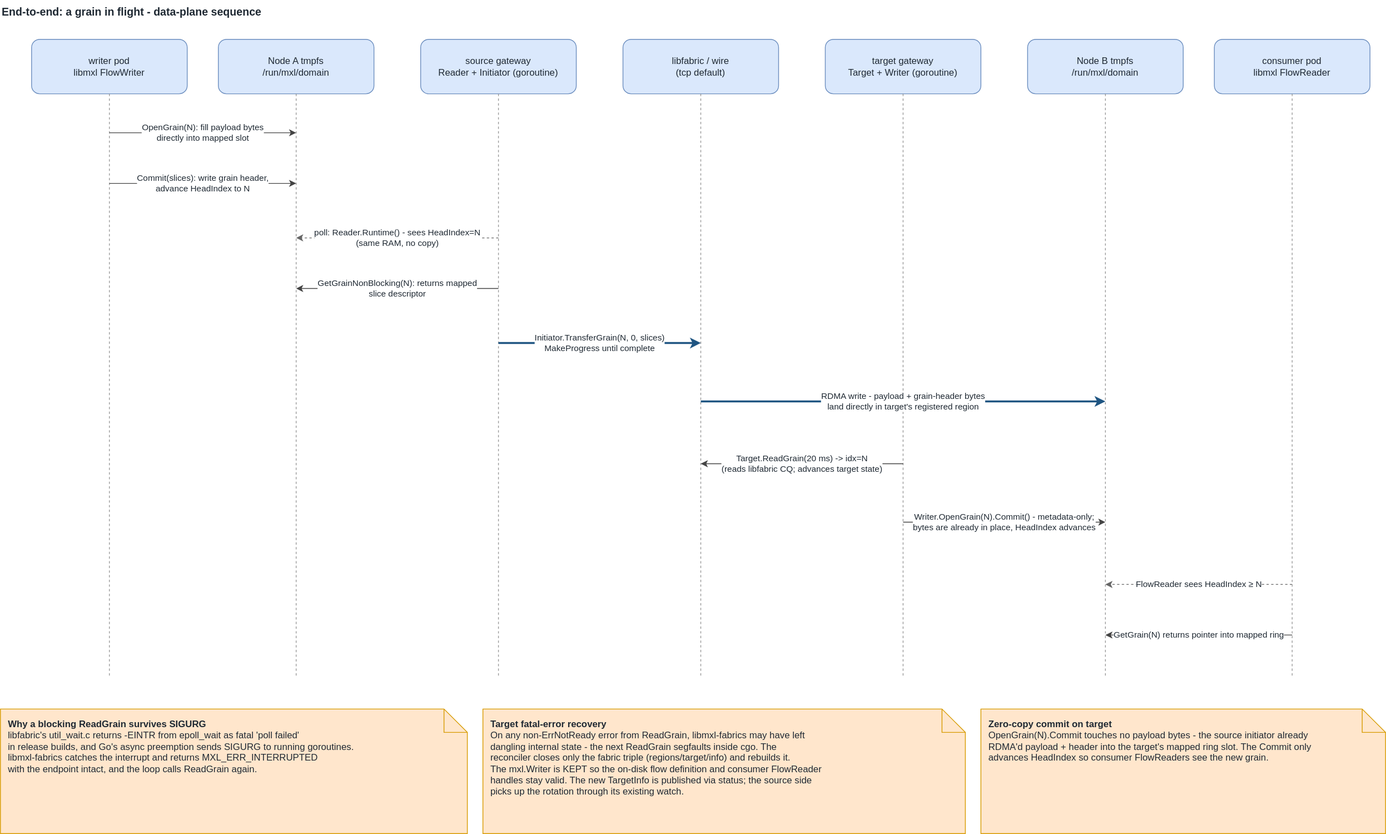
qvest-digital/mxl-k8s keeps this draw.io diagram as docs/architecture/diagrams/03-data-plane-sequence.drawio.svg. Above is the earlier version. Source tidied: cells renumbered, new cells last; positions are measured from the earlier drawing's top-left corner, leaving out a move shared by most shapes. Source of this version:
```xml
<mxGraphModel>
  <root>
    <mxCell id="0" />
    <mxCell id="1" parent="0" />
    <mxCell id="2" value="End-to-end: a grain in flight - data-plane sequence" style="text;html=1;align=left;verticalAlign=middle;fontSize=14;fontStyle=1;fontColor=#1f2933;" parent="1" vertex="1">
      <mxGeometry width="1000" height="30" as="geometry" />
    </mxCell>
    <mxCell id="3" value="writer pod&#10;libmxl FlowWriter" style="rounded=1;whiteSpace=wrap;html=1;fillColor=#dae8fc;strokeColor=#6c8ebf;align=center;verticalAlign=middle;fontColor=#1f2933;" parent="1" vertex="1">
      <mxGeometry x="40" y="50" width="200" height="70" as="geometry" />
    </mxCell>
    <mxCell id="4" style="endArrow=none;html=1;dashed=1;strokeColor=#999999;fontColor=#1f2933;" parent="1" edge="1">
      <mxGeometry relative="1" as="geometry">
        <mxPoint x="140" y="120" as="sourcePoint" />
        <mxPoint x="140" y="870" as="targetPoint" />
      </mxGeometry>
    </mxCell>
    <mxCell id="5" value="Node A tmpfs&#10;/run/mxl/domain" style="rounded=1;whiteSpace=wrap;html=1;fillColor=#dae8fc;strokeColor=#6c8ebf;align=center;verticalAlign=middle;fontColor=#1f2933;" parent="1" vertex="1">
      <mxGeometry x="280" y="50" width="200" height="70" as="geometry" />
    </mxCell>
    <mxCell id="6" style="endArrow=none;html=1;dashed=1;strokeColor=#999999;fontColor=#1f2933;" parent="1" edge="1">
      <mxGeometry relative="1" as="geometry">
        <mxPoint x="380" y="120" as="sourcePoint" />
        <mxPoint x="380" y="870" as="targetPoint" />
      </mxGeometry>
    </mxCell>
    <mxCell id="7" value="source gateway&#10;Reader + Initiator (goroutine)" style="rounded=1;whiteSpace=wrap;html=1;fillColor=#dae8fc;strokeColor=#6c8ebf;align=center;verticalAlign=middle;fontColor=#1f2933;" parent="1" vertex="1">
      <mxGeometry x="540" y="50" width="200" height="70" as="geometry" />
    </mxCell>
    <mxCell id="8" style="endArrow=none;html=1;dashed=1;strokeColor=#999999;fontColor=#1f2933;" parent="1" edge="1">
      <mxGeometry relative="1" as="geometry">
        <mxPoint x="640" y="120" as="sourcePoint" />
        <mxPoint x="640" y="870" as="targetPoint" />
      </mxGeometry>
    </mxCell>
    <mxCell id="9" value="libfabric / wire&#10;(tcp default)" style="rounded=1;whiteSpace=wrap;html=1;fillColor=#dae8fc;strokeColor=#6c8ebf;align=center;verticalAlign=middle;fontColor=#1f2933;" parent="1" vertex="1">
      <mxGeometry x="800" y="50" width="200" height="70" as="geometry" />
    </mxCell>
    <mxCell id="10" style="endArrow=none;html=1;dashed=1;strokeColor=#999999;fontColor=#1f2933;" parent="1" edge="1">
      <mxGeometry relative="1" as="geometry">
        <mxPoint x="900" y="120" as="sourcePoint" />
        <mxPoint x="900" y="870" as="targetPoint" />
      </mxGeometry>
    </mxCell>
    <mxCell id="11" value="target gateway&#10;Target + Writer (goroutine)" style="rounded=1;whiteSpace=wrap;html=1;fillColor=#dae8fc;strokeColor=#6c8ebf;align=center;verticalAlign=middle;fontColor=#1f2933;" parent="1" vertex="1">
      <mxGeometry x="1060" y="50" width="200" height="70" as="geometry" />
    </mxCell>
    <mxCell id="12" style="endArrow=none;html=1;dashed=1;strokeColor=#999999;fontColor=#1f2933;" parent="1" edge="1">
      <mxGeometry relative="1" as="geometry">
        <mxPoint x="1160" y="120" as="sourcePoint" />
        <mxPoint x="1160" y="870" as="targetPoint" />
      </mxGeometry>
    </mxCell>
    <mxCell id="13" value="Node B tmpfs&#10;/run/mxl/domain" style="rounded=1;whiteSpace=wrap;html=1;fillColor=#dae8fc;strokeColor=#6c8ebf;align=center;verticalAlign=middle;fontColor=#1f2933;" parent="1" vertex="1">
      <mxGeometry x="1320" y="50" width="200" height="70" as="geometry" />
    </mxCell>
    <mxCell id="14" style="endArrow=none;html=1;dashed=1;strokeColor=#999999;fontColor=#1f2933;" parent="1" edge="1">
      <mxGeometry relative="1" as="geometry">
        <mxPoint x="1420" y="120" as="sourcePoint" />
        <mxPoint x="1420" y="870" as="targetPoint" />
      </mxGeometry>
    </mxCell>
    <mxCell id="15" value="consumer pod&#10;libmxl FlowReader" style="rounded=1;whiteSpace=wrap;html=1;fillColor=#dae8fc;strokeColor=#6c8ebf;align=center;verticalAlign=middle;fontColor=#1f2933;" parent="1" vertex="1">
      <mxGeometry x="1560" y="50" width="200" height="70" as="geometry" />
    </mxCell>
    <mxCell id="16" style="endArrow=none;html=1;dashed=1;strokeColor=#999999;fontColor=#1f2933;" parent="1" edge="1">
      <mxGeometry relative="1" as="geometry">
        <mxPoint x="1660" y="120" as="sourcePoint" />
        <mxPoint x="1660" y="870" as="targetPoint" />
      </mxGeometry>
    </mxCell>
    <mxCell id="17" value="OpenGrain(N): fill payload bytes&#10;directly into mapped slot" style="html=1;endArrow=classic;endSize=6;startSize=6;strokeColor=#444444;labelBackgroundColor=#ffffff;fontColor=#1f2933;" parent="1" edge="1">
      <mxGeometry relative="1" as="geometry">
        <mxPoint x="140" y="170" as="sourcePoint" />
        <mxPoint x="380" y="170" as="targetPoint" />
      </mxGeometry>
    </mxCell>
    <mxCell id="18" value="Commit(slices): write grain header,&#10;advance HeadIndex to N" style="html=1;endArrow=classic;endSize=6;startSize=6;strokeColor=#444444;labelBackgroundColor=#ffffff;fontColor=#1f2933;" parent="1" edge="1">
      <mxGeometry relative="1" as="geometry">
        <mxPoint x="140" y="235" as="sourcePoint" />
        <mxPoint x="380" y="235" as="targetPoint" />
      </mxGeometry>
    </mxCell>
    <mxCell id="19" value="poll: Reader.Runtime() - sees HeadIndex=N&#10;(same RAM, no copy)" style="html=1;endArrow=classic;endSize=6;startSize=6;strokeColor=#666666;dashed=1;labelBackgroundColor=#ffffff;fontColor=#1f2933;" parent="1" edge="1">
      <mxGeometry relative="1" as="geometry">
        <mxPoint x="640" y="305" as="sourcePoint" />
        <mxPoint x="380" y="305" as="targetPoint" />
      </mxGeometry>
    </mxCell>
    <mxCell id="20" value="GetGrainNonBlocking(N): returns mapped&#10;slice descriptor" style="html=1;endArrow=classic;endSize=6;startSize=6;strokeColor=#444444;labelBackgroundColor=#ffffff;fontColor=#1f2933;" parent="1" edge="1">
      <mxGeometry relative="1" as="geometry">
        <mxPoint x="640" y="370" as="sourcePoint" />
        <mxPoint x="380" y="370" as="targetPoint" />
      </mxGeometry>
    </mxCell>
    <mxCell id="21" value="Initiator.TransferGrain(N, 0, slices)&#10;MakeProgress until complete" style="html=1;endArrow=classic;endSize=6;startSize=6;strokeColor=#1f5582;strokeWidth=2.5;labelBackgroundColor=#ffffff;fontColor=#1f2933;" parent="1" edge="1">
      <mxGeometry relative="1" as="geometry">
        <mxPoint x="640" y="440" as="sourcePoint" />
        <mxPoint x="900" y="440" as="targetPoint" />
      </mxGeometry>
    </mxCell>
    <mxCell id="22" value="RDMA write - payload + grain-header bytes&#10;land directly in target's registered region" style="html=1;endArrow=classic;endSize=6;startSize=6;strokeColor=#1f5582;strokeWidth=2.5;labelBackgroundColor=#ffffff;fontColor=#1f2933;" parent="1" edge="1">
      <mxGeometry relative="1" as="geometry">
        <mxPoint x="900" y="515" as="sourcePoint" />
        <mxPoint x="1420" y="515" as="targetPoint" />
      </mxGeometry>
    </mxCell>
    <mxCell id="23" value="Target.ReadGrain(20 ms) -&gt; idx=N&#10;(reads libfabric CQ; advances target state)" style="html=1;endArrow=classic;endSize=6;startSize=6;strokeColor=#444444;labelBackgroundColor=#ffffff;fontColor=#1f2933;" parent="1" edge="1">
      <mxGeometry relative="1" as="geometry">
        <mxPoint x="1160" y="595" as="sourcePoint" />
        <mxPoint x="900" y="595" as="targetPoint" />
      </mxGeometry>
    </mxCell>
    <mxCell id="24" value="Writer.OpenGrain(N).Commit() - metadata-only;&#10;bytes are already in place, HeadIndex advances" style="html=1;endArrow=classic;endSize=6;startSize=6;strokeColor=#444444;labelBackgroundColor=#ffffff;fontColor=#1f2933;" parent="1" edge="1">
      <mxGeometry relative="1" as="geometry">
        <mxPoint x="1160" y="670" as="sourcePoint" />
        <mxPoint x="1420" y="670" as="targetPoint" />
      </mxGeometry>
    </mxCell>
    <mxCell id="25" value="FlowReader sees HeadIndex ≥ N" style="html=1;endArrow=classic;endSize=6;startSize=6;strokeColor=#666666;dashed=1;labelBackgroundColor=#ffffff;fontColor=#1f2933;" parent="1" edge="1">
      <mxGeometry relative="1" as="geometry">
        <mxPoint x="1660" y="750" as="sourcePoint" />
        <mxPoint x="1420" y="750" as="targetPoint" />
      </mxGeometry>
    </mxCell>
    <mxCell id="26" value="GetGrain(N) returns pointer into mapped ring" style="html=1;endArrow=classic;endSize=6;startSize=6;strokeColor=#444444;labelBackgroundColor=#ffffff;fontColor=#1f2933;" parent="1" edge="1">
      <mxGeometry relative="1" as="geometry">
        <mxPoint x="1660" y="815" as="sourcePoint" />
        <mxPoint x="1420" y="815" as="targetPoint" />
      </mxGeometry>
    </mxCell>
    <mxCell id="27" value="&lt;b&gt;Why a blocking ReadGrain survives SIGURG&lt;/b&gt;&lt;br&gt;libfabric's util_wait.c returns -EINTR from epoll_wait as fatal 'poll failed'&lt;br&gt;in release builds, and Go's async preemption sends SIGURG to running goroutines.&lt;br&gt;libmxl-fabrics catches the interrupt and returns MXL_ERR_INTERRUPTED&lt;br&gt;with the endpoint intact, and the loop calls ReadGrain again." style="shape=note;whiteSpace=wrap;html=1;fillColor=#ffe6cc;strokeColor=#d79b00;align=left;verticalAlign=top;spacingLeft=8;spacingTop=6;fontColor=#1f2933;" parent="1" vertex="1">
      <mxGeometry y="910" width="600" height="160" as="geometry" />
    </mxCell>
    <mxCell id="28" value="&lt;b&gt;Target fatal-error recovery&lt;/b&gt;&lt;br&gt;On any non-ErrNotReady error from ReadGrain, libmxl-fabrics may have left&lt;br&gt;dangling internal state - the next ReadGrain segfaults inside cgo. The&lt;br&gt;reconciler closes only the fabric triple (regions/target/info) and rebuilds it.&lt;br&gt;The mxl.Writer is KEPT so the on-disk flow definition and consumer FlowReader&lt;br&gt;handles stay valid. The new TargetInfo is published via status; the source side&lt;br&gt;picks up the rotation through its existing watch." style="shape=note;whiteSpace=wrap;html=1;fillColor=#ffe6cc;strokeColor=#d79b00;align=left;verticalAlign=top;spacingLeft=8;spacingTop=6;fontColor=#1f2933;" parent="1" vertex="1">
      <mxGeometry x="620" y="910" width="620" height="160" as="geometry" />
    </mxCell>
    <mxCell id="29" value="&lt;b&gt;Zero-copy commit on target&lt;/b&gt;&lt;br&gt;OpenGrain(N).Commit touches no payload bytes - the source initiator already&lt;br&gt;RDMA'd payload + header into the target's mapped ring slot. The Commit only&lt;br&gt;advances HeadIndex so consumer FlowReaders see the new grain." style="shape=note;whiteSpace=wrap;html=1;fillColor=#ffe6cc;strokeColor=#d79b00;align=left;verticalAlign=top;spacingLeft=8;spacingTop=6;fontColor=#1f2933;" parent="1" vertex="1">
      <mxGeometry x="1260" y="910" width="520" height="160" as="geometry" />
    </mxCell>
  </root>
</mxGraphModel>
```
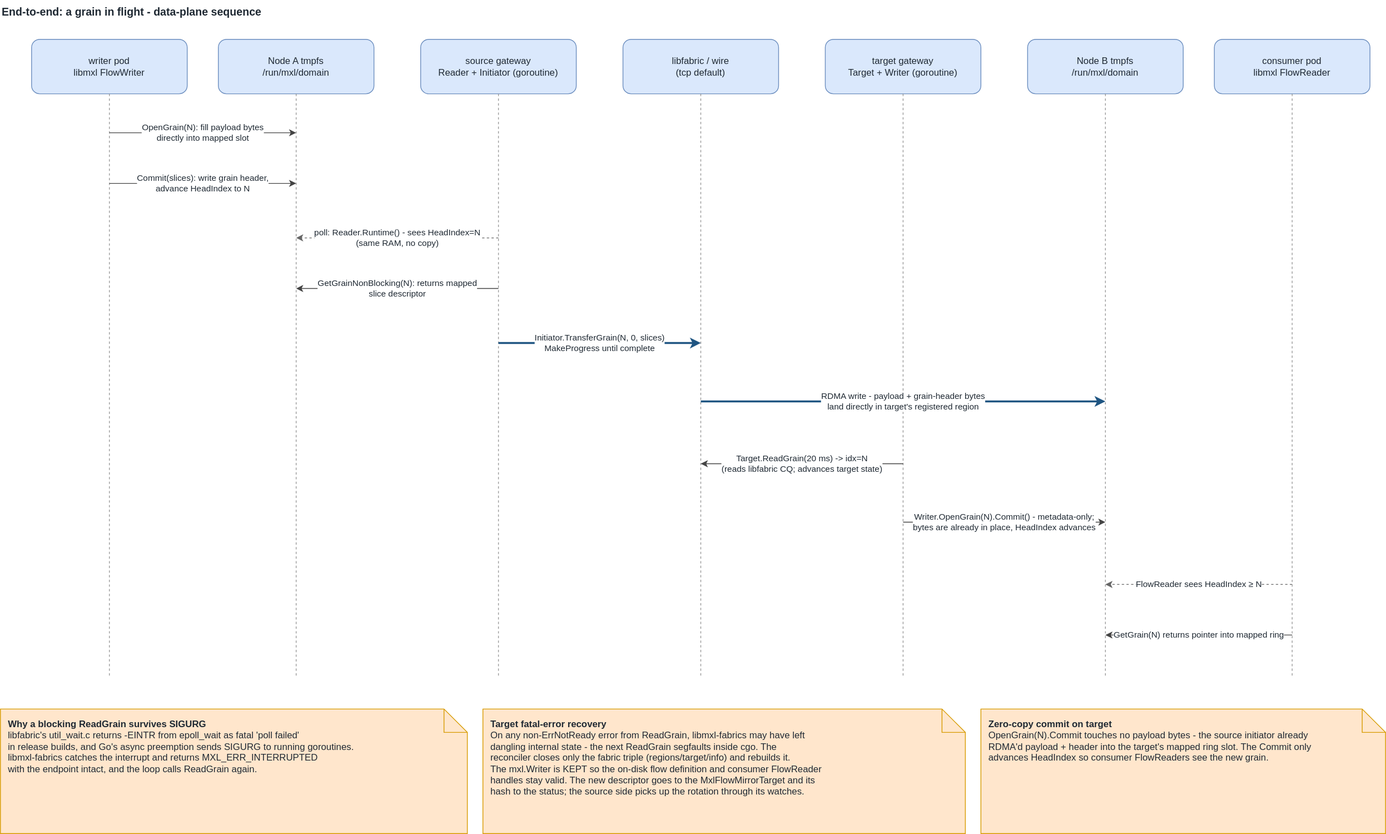
After the commit.

Change to the diagram source:
```diff
@@ -131,7 +131,7 @@
     <mxCell id="27" value="&lt;b&gt;Why a blocking ReadGrain survives SIGURG&lt;/b&gt;&lt;br&gt;libfabric's util_wait.c returns -EINTR from epoll_wait as fatal 'poll failed'&lt;br&gt;in release builds, and Go's async preemption sends SIGURG to running goroutines.&lt;br&gt;libmxl-fabrics catches the interrupt and returns MXL_ERR_INTERRUPTED&lt;br&gt;with the endpoint intact, and the loop calls ReadGrain again." style="shape=note;whiteSpace=wrap;html=1;fillColor=#ffe6cc;strokeColor=#d79b00;align=left;verticalAlign=top;spacingLeft=8;spacingTop=6;fontColor=#1f2933;" parent="1" vertex="1">
       <mxGeometry y="910" width="600" height="160" as="geometry" />
     </mxCell>
-    <mxCell id="28" value="&lt;b&gt;Target fatal-error recovery&lt;/b&gt;&lt;br&gt;On any non-ErrNotReady error from ReadGrain, libmxl-fabrics may have left&lt;br&gt;dangling internal state - the next ReadGrain segfaults inside cgo. The&lt;br&gt;reconciler closes only the fabric triple (regions/target/info) and rebuilds it.&lt;br&gt;The mxl.Writer is KEPT so the on-disk flow definition and consumer FlowReader&lt;br&gt;handles stay valid. The new TargetInfo is published via status; the source side&lt;br&gt;picks up the rotation through its existing watch." style="shape=note;whiteSpace=wrap;html=1;fillColor=#ffe6cc;strokeColor=#d79b00;align=left;verticalAlign=top;spacingLeft=8;spacingTop=6;fontColor=#1f2933;" parent="1" vertex="1">
+    <mxCell id="28" value="&lt;b&gt;Target fatal-error recovery&lt;/b&gt;&lt;br&gt;On any non-ErrNotReady error from ReadGrain, libmxl-fabrics may have left&lt;br&gt;dangling internal state - the next ReadGrain segfaults inside cgo. The&lt;br&gt;reconciler closes only the fabric triple (regions/target/info) and rebuilds it.&lt;br&gt;The mxl.Writer is KEPT so the on-disk flow definition and consumer FlowReader&lt;br&gt;handles stay valid. The new descriptor goes to the MxlFlowMirrorTarget and its&lt;br&gt;hash to the status; the source side picks up the rotation through its watches." style="shape=note;whiteSpace=wrap;html=1;fillColor=#ffe6cc;strokeColor=#d79b00;align=left;verticalAlign=top;spacingLeft=8;spacingTop=6;fontColor=#1f2933;" parent="1" vertex="1">
       <mxGeometry x="620" y="910" width="620" height="160" as="geometry" />
     </mxCell>
     <mxCell id="29" value="&lt;b&gt;Zero-copy commit on target&lt;/b&gt;&lt;br&gt;OpenGrain(N).Commit touches no payload bytes - the source initiator already&lt;br&gt;RDMA'd payload + header into the target's mapped ring slot. The Commit only&lt;br&gt;advances HeadIndex so consumer FlowReaders see the new grain." style="shape=note;whiteSpace=wrap;html=1;fillColor=#ffe6cc;strokeColor=#d79b00;align=left;verticalAlign=top;spacingLeft=8;spacingTop=6;fontColor=#1f2933;" parent="1" vertex="1">
```
